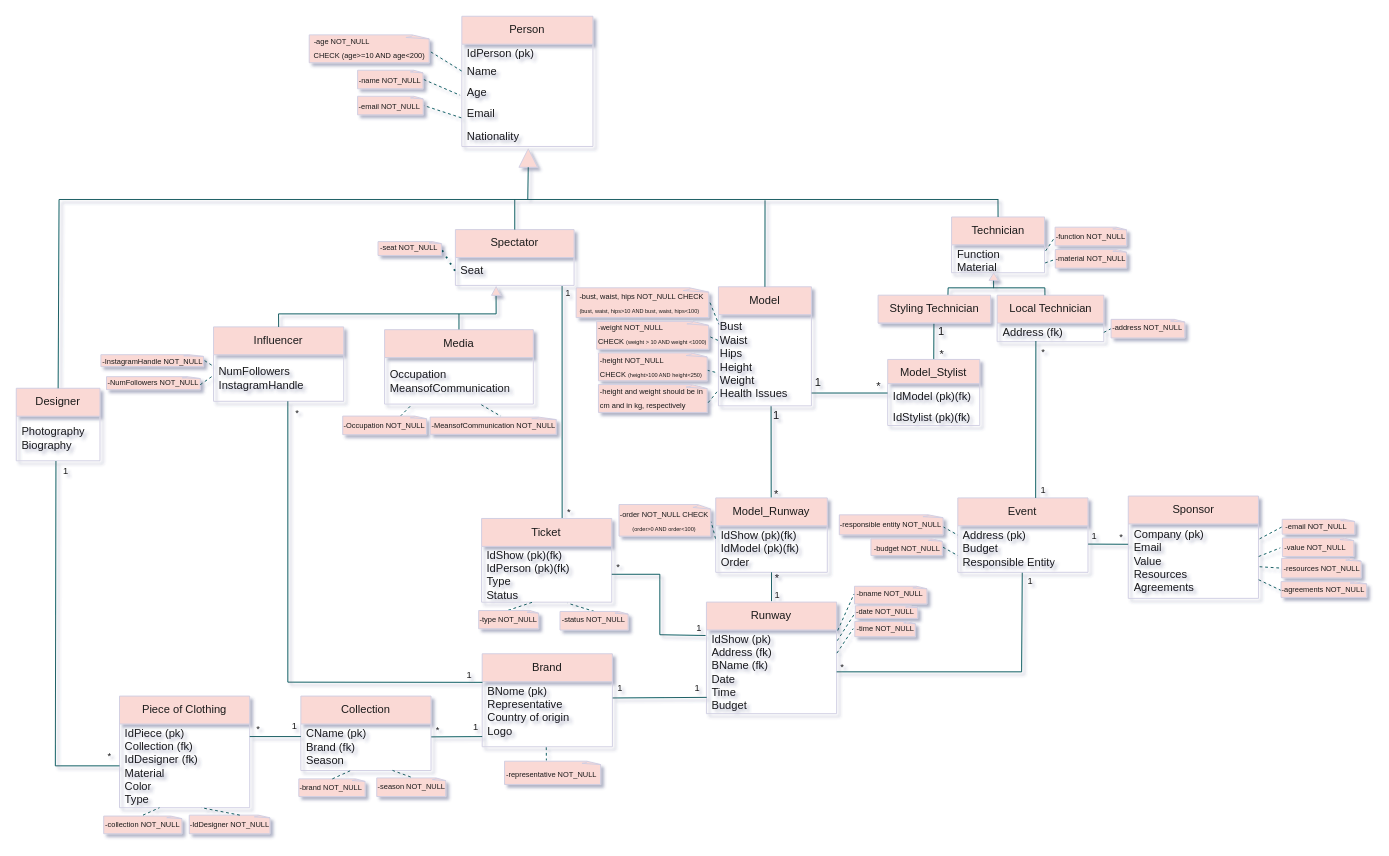
Before: UML VERSIONS/FINAL_V_2ndSUB.drawio in le0nor/BD2425-707, a draw.io diagram. Source tidied: cells renumbered, new cells numbered last; positions are measured from the earlier drawing's top-left corner, leaving out a move shared by most shapes. Both pictures are drawn from the tidied source at 93%, with x=0, y=0 at pixel (16, 16).
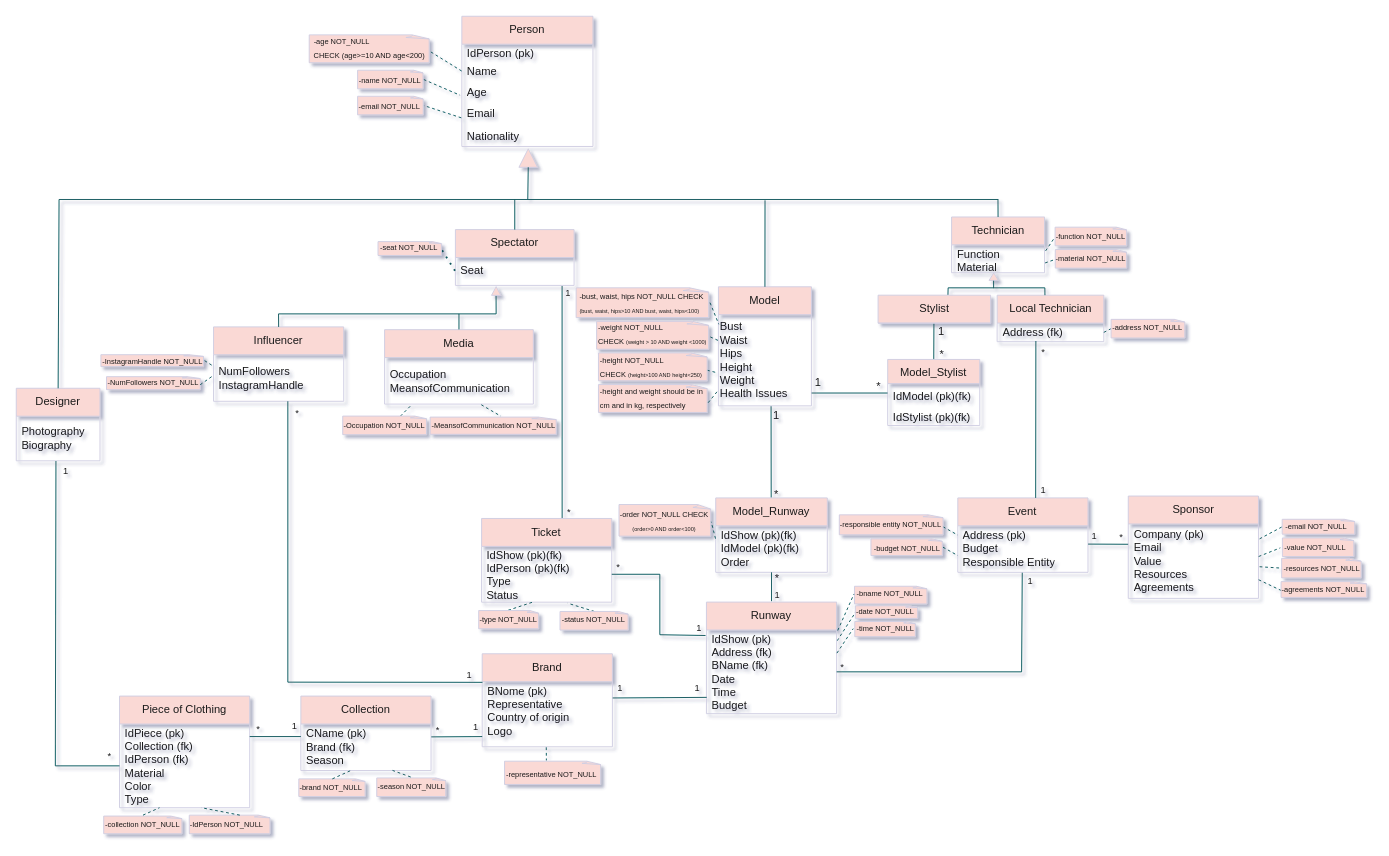
Above is the later version.

Unchanged cells that the change refers to:
```xml
<mxCell id="139" value="Piece of Clothing" style="swimlane;fontStyle=0;horizontal=1;startSize=30;whiteSpace=wrap;html=1;labelBackgroundColor=none;rounded=0;fillColor=#FAD9D5;strokeColor=#D0CEE2;fontColor=#1A1A1A;" parent="1" vertex="1">
  <mxGeometry x="111" y="731" width="140" height="120" as="geometry" />
</mxCell>
<mxCell id="164" style="group;labelBackgroundColor=none;fontColor=#1A1A1A;rounded=0;" parent="1" vertex="1">
  <mxGeometry x="186" y="858" width="89" height="21" as="geometry" />
</mxCell>
```

What changed in the source:
```diff
@@
-    <mxCell id="26" value="Styling Technician" style="swimlane;fontStyle=0;horizontal=1;startSize=30;whiteSpace=wrap;html=1;labelBackgroundColor=none;rounded=0;fillColor=#FAD9D5;strokeColor=#D0CEE2;fontColor=#1A1A1A;" parent="1" vertex="1">
+    <mxCell id="26" value="Stylist" style="swimlane;fontStyle=0;horizontal=1;startSize=30;whiteSpace=wrap;html=1;labelBackgroundColor=none;rounded=0;fillColor=#FAD9D5;strokeColor=#D0CEE2;fontColor=#1A1A1A;" parent="1" vertex="1">
       <mxGeometry x="926.7" y="299.9" width="121" height="30.1" as="geometry" />
     </mxCell>
@@
-    <mxCell id="140" value="IdPiece (pk)&lt;div&gt;Collection (fk)&lt;/div&gt;&lt;div&gt;IdDesigner (fk)&lt;br&gt;&lt;div&gt;Material&amp;nbsp;&lt;/div&gt;&lt;div&gt;Color&lt;/div&gt;&lt;div&gt;Type&lt;/div&gt;&lt;/div&gt;" style="text;strokeColor=none;fillColor=none;align=left;verticalAlign=middle;spacingLeft=4;spacingRight=4;overflow=hidden;points=[[0,0.5],[1,0.5]];portConstraint=eastwest;whiteSpace=wrap;html=1;labelBackgroundColor=none;rounded=0;fontColor=#1A1A1A;" parent="139" vertex="1">
+    <mxCell id="140" value="IdPiece (pk)&lt;div&gt;Collection (fk)&lt;/div&gt;&lt;div&gt;IdPerson (fk)&lt;br&gt;&lt;div&gt;Material&amp;nbsp;&lt;/div&gt;&lt;div&gt;Color&lt;/div&gt;&lt;div&gt;Type&lt;/div&gt;&lt;/div&gt;" style="text;strokeColor=none;fillColor=none;align=left;verticalAlign=middle;spacingLeft=4;spacingRight=4;overflow=hidden;points=[[0,0.5],[1,0.5]];portConstraint=eastwest;whiteSpace=wrap;html=1;labelBackgroundColor=none;rounded=0;fontColor=#1A1A1A;" parent="139" vertex="1">
       <mxGeometry y="30" width="140" height="90" as="geometry" />
     </mxCell>
@@
-    <mxCell id="166" value="&lt;div&gt;&lt;font style=&quot;font-size: 8px;&quot;&gt;-IdDesigner NOT_NULL&lt;/font&gt;&lt;/div&gt;" style="text;html=1;align=left;verticalAlign=middle;whiteSpace=wrap;rounded=0;labelBackgroundColor=none;fontColor=#1A1A1A;" parent="164" vertex="1">
+    <mxCell id="166" value="&lt;div&gt;&lt;font style=&quot;font-size: 8px;&quot;&gt;-IdPerson NOT_NULL&lt;/font&gt;&lt;/div&gt;" style="text;html=1;align=left;verticalAlign=middle;whiteSpace=wrap;rounded=0;labelBackgroundColor=none;fontColor=#1A1A1A;" parent="164" vertex="1">
       <mxGeometry x="-0.8" y="1" width="110.3" height="17" as="geometry" />
     </mxCell>
```
